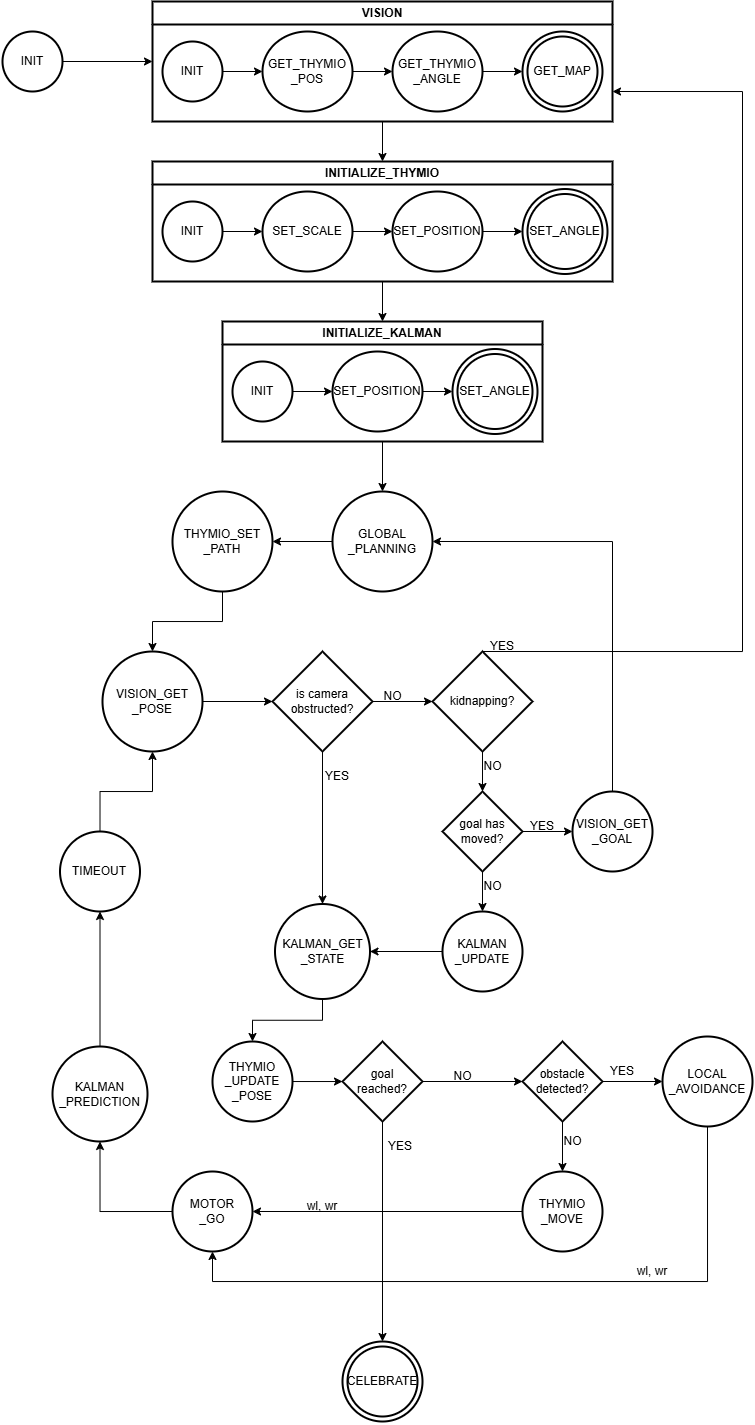
Above: images/thymioStateDiagram.png in mourawas/thymio (draw.io), before the change. Source tidied: cells renumbered, new cells last; positions are measured from the earlier drawing's top-left corner, leaving out a move shared by most shapes.
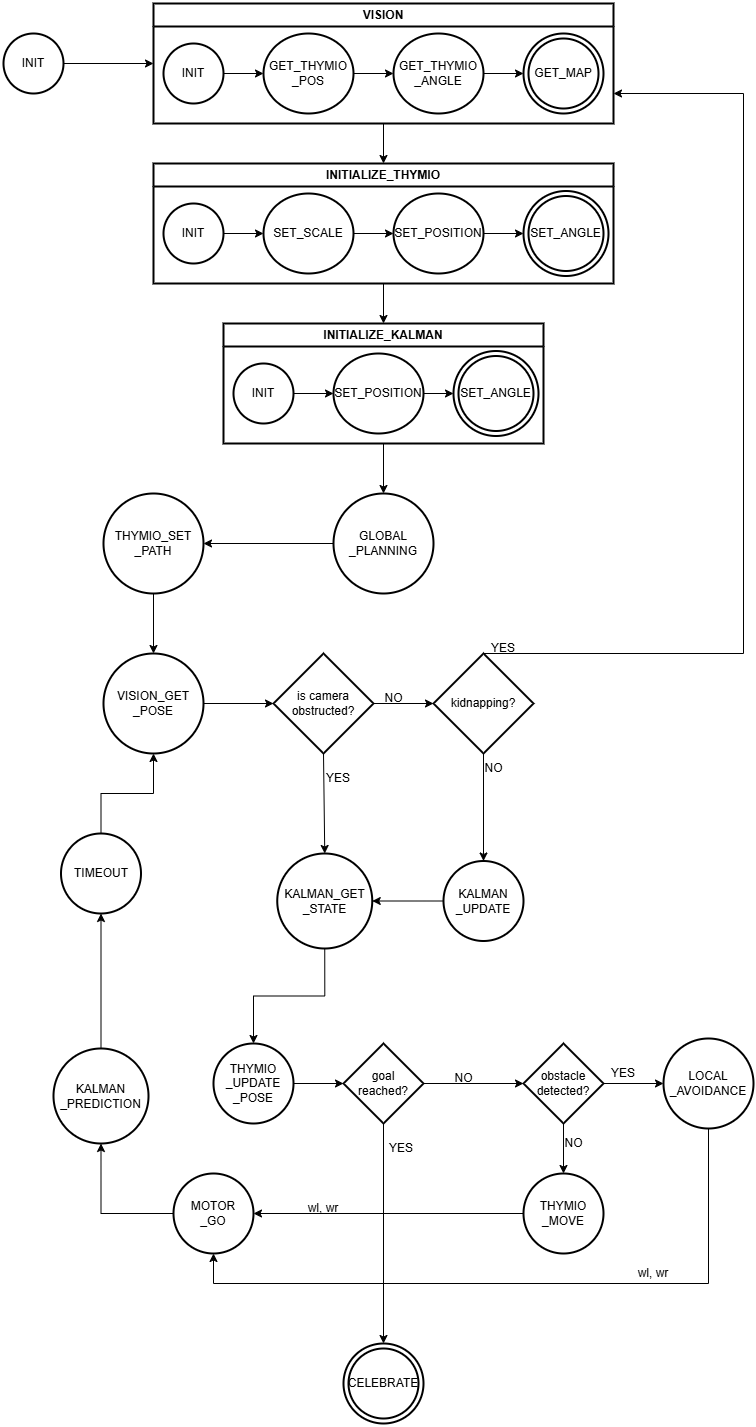
The same file after the commit.

The edit, as a diff of the source:
```diff
@@ -65,7 +65,7 @@
     <mxCell id="22" style="endArrow=classic;html=1;rounded=0;entryX=0.5;entryY=0;entryDx=0;entryDy=0;exitX=0.5;exitY=1;exitDx=0;exitDy=0;" parent="1" edge="1" source="3" target="13">
       <mxGeometry relative="1" as="geometry" />
     </mxCell>
-    <mxCell id="23" style="edgeStyle=orthogonalEdgeStyle;rounded=0;jettySize=auto;html=1;" parent="1" edge="1" source="24" target="33">
+    <mxCell id="23" style="edgeStyle=orthogonalEdgeStyle;rounded=0;jettySize=auto;html=1;entryX=0.5;entryY=0;entryDx=0;entryDy=0;" parent="1" edge="1" source="24" target="33">
       <mxGeometry relative="1" as="geometry" />
     </mxCell>
     <mxCell id="24" value="INITIALIZE_KALMAN" style="swimlane;whiteSpace=wrap;html=1;strokeWidth=2;" parent="1" vertex="1">
@@ -102,7 +102,7 @@
       <mxGeometry relative="1" as="geometry" />
     </mxCell>
     <mxCell id="35" value="THYMIO_SET&lt;div&gt;_PATH&lt;/div&gt;" style="strokeWidth=2;html=1;shape=mxgraph.flowchart.start_2;whiteSpace=wrap;" parent="1" vertex="1">
-      <mxGeometry x="170" y="490" width="100" height="100" as="geometry" />
+      <mxGeometry x="100" y="490" width="100" height="100" as="geometry" />
     </mxCell>
     <mxCell id="36" style="edgeStyle=orthogonalEdgeStyle;rounded=0;jettySize=auto;html=1;" parent="1" edge="1" source="37" target="39">
       <mxGeometry relative="1" as="geometry" />
@@ -119,7 +119,7 @@
     <mxCell id="40" value="NO" style="text;html=1;align=center;verticalAlign=middle;strokeColor=none;fillColor=none;" parent="1" vertex="1">
       <mxGeometry x="370" y="680" width="40" height="30" as="geometry" />
     </mxCell>
-    <mxCell id="41" style="edgeStyle=orthogonalEdgeStyle;rounded=0;jettySize=auto;html=1;" parent="1" edge="1" source="42" target="45">
+    <mxCell id="41" style="edgeStyle=orthogonalEdgeStyle;rounded=0;jettySize=auto;html=1;entryX=0.5;entryY=0;entryDx=0;entryDy=0;" parent="1" edge="1" source="42" target="53">
       <mxGeometry relative="1" as="geometry" />
     </mxCell>
     <mxCell id="42" value="kidnapping?" style="strokeWidth=2;html=1;shape=mxgraph.flowchart.decision;whiteSpace=wrap;" parent="1" vertex="1">
@@ -136,45 +136,24 @@
     <mxCell id="44" value="YES" style="text;html=1;align=center;verticalAlign=middle;whiteSpace=wrap;rounded=0;" parent="1" vertex="1">
       <mxGeometry x="470" y="630" width="60" height="30" as="geometry" />
     </mxCell>
-    <mxCell id="45" value="goal has moved?" style="rhombus;whiteSpace=wrap;html=1;strokeWidth=2;" parent="1" vertex="1">
-      <mxGeometry x="440" y="790" width="80" height="80" as="geometry" />
-    </mxCell>
-    <mxCell id="46" style="endArrow=classic;html=1;rounded=0;exitX=1;exitY=0.5;exitDx=0;exitDy=0;entryX=0;entryY=0.5;entryDx=0;entryDy=0;" parent="1" edge="1" source="45" target="47">
-      <mxGeometry relative="1" as="geometry" />
-    </mxCell>
-    <mxCell id="47" value="VISION_GET&lt;div&gt;_GOAL&lt;/div&gt;" style="ellipse;whiteSpace=wrap;html=1;strokeWidth=2;" parent="1" vertex="1">
-      <mxGeometry x="570" y="790" width="80" height="80" as="geometry" />
-    </mxCell>
-    <mxCell id="48" style="endArrow=classic;html=1;rounded=0;entryX=1;entryY=0.5;entryDx=0;entryDy=0;exitX=0.5;exitY=0;exitDx=0;exitDy=0;edgeStyle=orthogonalEdgeStyle;" parent="1" edge="1" source="47" target="33">
-      <mxGeometry relative="1" as="geometry" />
-    </mxCell>
-    <mxCell id="49" value="YES" style="text;html=1;align=center;verticalAlign=middle;whiteSpace=wrap;rounded=0;" parent="1" vertex="1">
-      <mxGeometry x="510" y="810" width="60" height="30" as="geometry" />
-    </mxCell>
     <mxCell id="50" value="NO" style="text;html=1;align=center;verticalAlign=middle;strokeColor=none;fillColor=none;" parent="1" vertex="1">
       <mxGeometry x="470" y="750" width="40" height="30" as="geometry" />
     </mxCell>
-    <mxCell id="51" style="endArrow=classic;html=1;rounded=0;exitX=0.5;exitY=1;exitDx=0;exitDy=0;entryX=0.5;entryY=0;entryDx=0;entryDy=0;" parent="1" edge="1" source="45" target="53">
-      <mxGeometry relative="1" as="geometry" />
-    </mxCell>
     <mxCell id="52" style="edgeStyle=orthogonalEdgeStyle;rounded=0;jettySize=auto;html=1;" parent="1" edge="1" source="53" target="55">
       <mxGeometry relative="1" as="geometry" />
     </mxCell>
     <mxCell id="53" value="KALMAN&lt;div&gt;_UPDATE&lt;/div&gt;" style="ellipse;whiteSpace=wrap;html=1;strokeWidth=2;" parent="1" vertex="1">
-      <mxGeometry x="440" y="910" width="80" height="80" as="geometry" />
+      <mxGeometry x="440" y="857.5" width="80" height="80" as="geometry" />
     </mxCell>
     <mxCell id="54" style="edgeStyle=orthogonalEdgeStyle;rounded=0;jettySize=auto;html=1;" parent="1" edge="1" source="55" target="60">
       <mxGeometry relative="1" as="geometry" />
     </mxCell>
     <mxCell id="55" value="KALMAN_GET&lt;div&gt;_STATE&lt;/div&gt;" style="ellipse;whiteSpace=wrap;html=1;strokeWidth=2;" parent="1" vertex="1">
-      <mxGeometry x="272.5" y="902.5" width="95" height="95" as="geometry" />
+      <mxGeometry x="273.8" y="850" width="95" height="95" as="geometry" />
     </mxCell>
     <mxCell id="56" style="endArrow=classic;html=1;rounded=0;exitX=0.5;exitY=1;exitDx=0;exitDy=0;exitPerimeter=0;entryX=0.5;entryY=0;entryDx=0;entryDy=0;" parent="1" edge="1" source="39" target="55">
       <mxGeometry relative="1" as="geometry" />
     </mxCell>
-    <mxCell id="57" value="NO" style="text;html=1;align=center;verticalAlign=middle;strokeColor=none;fillColor=none;" parent="1" vertex="1">
-      <mxGeometry x="470" y="870" width="40" height="30" as="geometry" />
-    </mxCell>
     <mxCell id="58" value="YES" style="text;html=1;align=center;verticalAlign=middle;whiteSpace=wrap;rounded=0;" parent="1" vertex="1">
       <mxGeometry x="310" y="760" width="50" height="30" as="geometry" />
     </mxCell>
```
